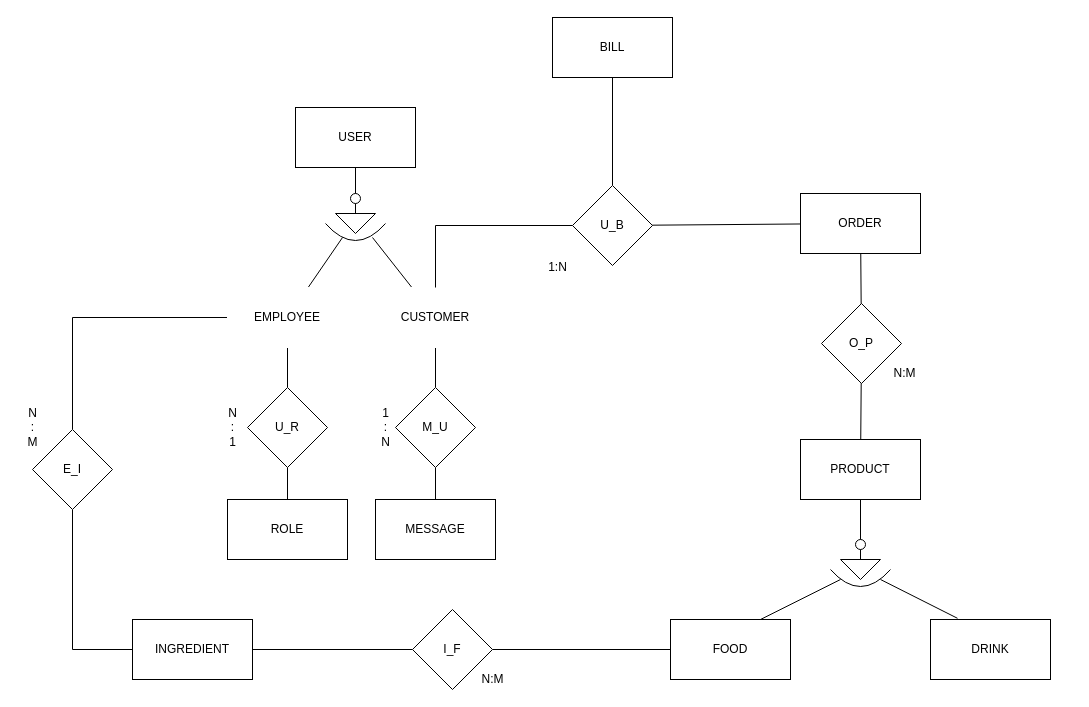
Above: scom-rest-erm.drawio in Alvaro-IHC/SCom-rest (draw.io), before the change. Source tidied: cells renumbered, new cells numbered last; positions are measured from the earlier drawing's top-left corner, leaving out a move shared by most shapes. Both pictures are drawn from the tidied source at 100%, with x=0, y=0 at pixel (17, 17).
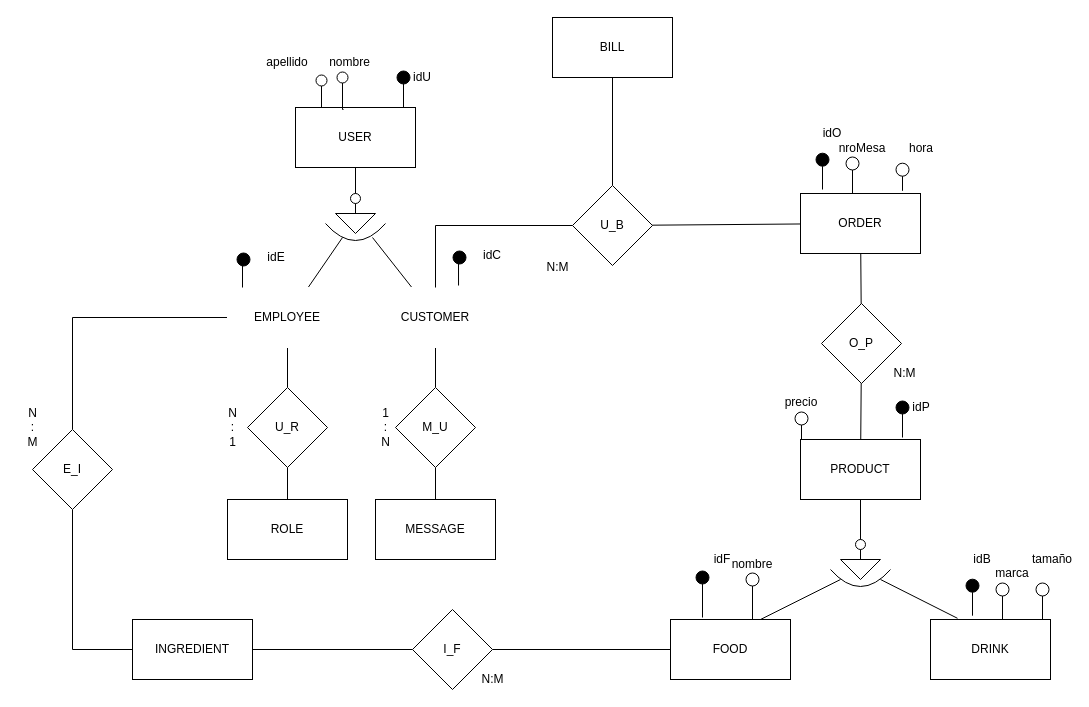
The same diagram, later.

Unchanged cells that the change refers to:
```xml
<mxCell id="2" value="USER" style="rounded=0;whiteSpace=wrap;html=1;" parent="1" vertex="1">
  <mxGeometry x="278" y="90" width="120" height="60" as="geometry" />
</mxCell>
<mxCell id="44" value="CUSTOMER" style="whiteSpace=wrap;html=1;shadow=0;strokeColor=#FFFFFF;" parent="1" vertex="1">
  <mxGeometry x="358" y="270" width="120" height="60" as="geometry" />
</mxCell>
```

What changed in the source:
```diff
@@
-    <mxCell id="30" value="1:N" style="text;html=1;align=center;verticalAlign=middle;strokeColor=none;fillColor=none;" parent="1" vertex="1">
-      <mxGeometry x="525" y="240" width="30" height="20" as="geometry" />
+    <mxCell id="30" value="N:M" style="text;html=1;align=center;verticalAlign=middle;strokeColor=none;fillColor=none;" parent="1" vertex="1">
+      <mxGeometry x="520" y="240" width="40" height="20" as="geometry" />
     </mxCell>
@@
+    <mxCell id="54" style="endArrow=oval;html=1;endSize=13;endFill=0;" parent="1" edge="1">
+      <mxGeometry relative="1" as="geometry">
+        <mxPoint x="985" y="602" as="sourcePoint" />
+        <mxPoint x="985" y="572" as="targetPoint" />
+      </mxGeometry>
+    </mxCell>
+    <mxCell id="55" style="edgeStyle=orthogonalEdgeStyle;rounded=0;orthogonalLoop=1;jettySize=auto;html=1;endSize=13;endArrow=oval;endFill=1;strokeWidth=1;" parent="1" edge="1">
+      <mxGeometry relative="1" as="geometry">
+        <mxPoint x="955" y="598.2" as="sourcePoint" />
+        <mxPoint x="955" y="568.2" as="targetPoint" />
+      </mxGeometry>
+    </mxCell>
+    <mxCell id="56" value="idB" style="text;html=1;strokeColor=none;fillColor=none;align=center;verticalAlign=middle;whiteSpace=wrap;rounded=0;" parent="1" vertex="1">
+      <mxGeometry x="945" y="532" width="40" height="20" as="geometry" />
+    </mxCell>
+    <mxCell id="57" value="marca" style="text;html=1;strokeColor=none;fillColor=none;align=center;verticalAlign=middle;whiteSpace=wrap;rounded=0;" parent="1" vertex="1">
+      <mxGeometry x="975" y="545.8" width="40" height="20" as="geometry" />
+    </mxCell>
+    <mxCell id="58" value="precio" style="text;html=1;strokeColor=none;fillColor=none;align=center;verticalAlign=middle;whiteSpace=wrap;rounded=0;" parent="1" vertex="1">
+      <mxGeometry x="764" y="374.7" width="40" height="20" as="geometry" />
+    </mxCell>
+    <mxCell id="59" style="endArrow=oval;html=1;endSize=13;endFill=0;exitX=0.833;exitY=-0.062;exitDx=0;exitDy=0;exitPerimeter=0;" parent="1" edge="1">
+      <mxGeometry relative="1" as="geometry">
+        <mxPoint x="784" y="422" as="sourcePoint" />
+        <mxPoint x="784" y="401" as="targetPoint" />
+      </mxGeometry>
+    </mxCell>
+    <mxCell id="60" style="edgeStyle=orthogonalEdgeStyle;rounded=0;orthogonalLoop=1;jettySize=auto;html=1;endSize=13;endArrow=oval;endFill=1;strokeWidth=1;" parent="1" edge="1">
+      <mxGeometry relative="1" as="geometry">
+        <mxPoint x="885" y="420" as="sourcePoint" />
+        <mxPoint x="885" y="390" as="targetPoint" />
+      </mxGeometry>
+    </mxCell>
+    <mxCell id="61" style="edgeStyle=orthogonalEdgeStyle;rounded=0;orthogonalLoop=1;jettySize=auto;html=1;endSize=13;endArrow=oval;endFill=1;strokeWidth=1;" parent="1" edge="1">
+      <mxGeometry relative="1" as="geometry">
+        <mxPoint x="685" y="600" as="sourcePoint" />
+        <mxPoint x="685" y="560" as="targetPoint" />
+      </mxGeometry>
+    </mxCell>
+    <mxCell id="62" value="idP" style="text;html=1;strokeColor=none;fillColor=none;align=center;verticalAlign=middle;whiteSpace=wrap;rounded=0;" parent="1" vertex="1">
+      <mxGeometry x="884" y="380" width="40" height="20" as="geometry" />
+    </mxCell>
+    <mxCell id="63" value="idF" style="text;html=1;strokeColor=none;fillColor=none;align=center;verticalAlign=middle;whiteSpace=wrap;rounded=0;" parent="1" vertex="1">
+      <mxGeometry x="685" y="532" width="40" height="20" as="geometry" />
+    </mxCell>
+    <mxCell id="64" style="endArrow=oval;html=1;endSize=13;endFill=0;" parent="1" edge="1">
+      <mxGeometry relative="1" as="geometry">
+        <mxPoint x="735" y="602" as="sourcePoint" />
+        <mxPoint x="735" y="562" as="targetPoint" />
+      </mxGeometry>
+    </mxCell>
+    <mxCell id="65" value="nombre" style="text;html=1;strokeColor=none;fillColor=none;align=center;verticalAlign=middle;whiteSpace=wrap;rounded=0;" parent="1" vertex="1">
+      <mxGeometry x="715" y="537" width="40" height="20" as="geometry" />
+    </mxCell>
+    <mxCell id="66" style="edgeStyle=orthogonalEdgeStyle;rounded=0;orthogonalLoop=1;jettySize=auto;html=1;startArrow=none;startFill=0;endArrow=oval;endFill=0;endSize=11;sourcePerimeterSpacing=9;" parent="1" edge="1">
+      <mxGeometry relative="1" as="geometry">
+        <mxPoint x="304" y="90" as="sourcePoint" />
+        <mxPoint x="304" y="63" as="targetPoint" />
+      </mxGeometry>
+    </mxCell>
+    <mxCell id="67" value="apellido" style="text;html=1;strokeColor=none;fillColor=none;align=center;verticalAlign=middle;whiteSpace=wrap;rounded=0;" parent="1" vertex="1">
+      <mxGeometry x="250" y="34.5" width="40" height="20" as="geometry" />
+    </mxCell>
+    <mxCell id="68" value="nombre" style="text;html=1;strokeColor=none;fillColor=none;align=center;verticalAlign=middle;whiteSpace=wrap;rounded=0;" parent="1" vertex="1">
+      <mxGeometry x="310" y="34.5" width="45.1" height="20" as="geometry" />
+    </mxCell>
+    <mxCell id="69" style="edgeStyle=orthogonalEdgeStyle;rounded=0;jettySize=auto;html=1;startArrow=none;startFill=0;endArrow=oval;endFill=0;endSize=11;sourcePerimeterSpacing=9;exitX=0.4;exitY=0.033;exitDx=0;exitDy=0;exitPerimeter=0;" parent="1" edge="1" source="2">
+      <mxGeometry relative="1" as="geometry">
+        <mxPoint x="325" y="60" as="targetPoint" />
+      </mxGeometry>
+    </mxCell>
+    <mxCell id="70" style="edgeStyle=orthogonalEdgeStyle;rounded=0;orthogonalLoop=1;jettySize=auto;html=1;endSize=13;endArrow=oval;endFill=1;strokeWidth=1;" parent="1" edge="1">
+      <mxGeometry relative="1" as="geometry">
+        <mxPoint x="386" y="90" as="sourcePoint" />
+        <mxPoint x="386" y="60" as="targetPoint" />
+      </mxGeometry>
+    </mxCell>
+    <mxCell id="71" value="idU&lt;br&gt;" style="text;html=1;strokeColor=none;fillColor=none;align=center;verticalAlign=middle;whiteSpace=wrap;rounded=0;" parent="1" vertex="1">
+      <mxGeometry x="385" y="50" width="40" height="20" as="geometry" />
+    </mxCell>
+    <mxCell id="72" value="idC" style="text;html=1;strokeColor=none;fillColor=none;align=center;verticalAlign=middle;whiteSpace=wrap;rounded=0;" parent="1" vertex="1">
+      <mxGeometry x="455" y="228" width="40" height="20" as="geometry" />
+    </mxCell>
+    <mxCell id="73" style="edgeStyle=orthogonalEdgeStyle;rounded=0;jettySize=auto;html=1;endSize=13;endArrow=oval;endFill=1;strokeWidth=1;exitX=0.692;exitY=-0.033;exitDx=0;exitDy=0;exitPerimeter=0;" parent="1" edge="1" source="44">
+      <mxGeometry relative="1" as="geometry">
+        <mxPoint x="442" y="240" as="targetPoint" />
+        <Array as="points">
+          <mxPoint x="441" y="240" />
+          <mxPoint x="442" y="240" />
+        </Array>
+      </mxGeometry>
+    </mxCell>
+    <mxCell id="74" value="idE" style="text;html=1;strokeColor=none;fillColor=none;align=center;verticalAlign=middle;whiteSpace=wrap;rounded=0;" parent="1" vertex="1">
+      <mxGeometry x="239" y="230" width="40" height="20" as="geometry" />
+    </mxCell>
+    <mxCell id="75" style="edgeStyle=orthogonalEdgeStyle;rounded=0;orthogonalLoop=1;jettySize=auto;html=1;endSize=13;endArrow=oval;endFill=1;strokeWidth=1;exitX=0.692;exitY=-0.033;exitDx=0;exitDy=0;exitPerimeter=0;" parent="1" edge="1">
+      <mxGeometry relative="1" as="geometry">
+        <mxPoint x="225" y="270" as="sourcePoint" />
+        <mxPoint x="226" y="242" as="targetPoint" />
+        <Array as="points">
+          <mxPoint x="225" y="242" />
+          <mxPoint x="226" y="242" />
+        </Array>
+      </mxGeometry>
+    </mxCell>
+    <mxCell id="76" value="nroMesa" style="text;html=1;strokeColor=none;fillColor=none;align=center;verticalAlign=middle;whiteSpace=wrap;rounded=0;" parent="1" vertex="1">
+      <mxGeometry x="825" y="121" width="40" height="20" as="geometry" />
+    </mxCell>
+    <mxCell id="77" value="hora" style="text;html=1;strokeColor=none;fillColor=none;align=center;verticalAlign=middle;whiteSpace=wrap;rounded=0;" parent="1" vertex="1">
+      <mxGeometry x="884" y="121" width="40" height="20" as="geometry" />
+    </mxCell>
+    <mxCell id="78" style="endArrow=oval;html=1;endSize=13;endFill=0;" parent="1" edge="1">
+      <mxGeometry relative="1" as="geometry">
+        <mxPoint x="835" y="176" as="sourcePoint" />
+        <mxPoint x="835" y="146" as="targetPoint" />
+      </mxGeometry>
+    </mxCell>
+    <mxCell id="79" style="edgeStyle=orthogonalEdgeStyle;rounded=0;orthogonalLoop=1;jettySize=auto;html=1;endSize=13;endArrow=oval;endFill=1;strokeWidth=1;" parent="1" edge="1">
+      <mxGeometry relative="1" as="geometry">
+        <mxPoint x="805" y="172" as="sourcePoint" />
+        <mxPoint x="805" y="142.2" as="targetPoint" />
+      </mxGeometry>
+    </mxCell>
+    <mxCell id="80" value="idO" style="text;html=1;strokeColor=none;fillColor=none;align=center;verticalAlign=middle;whiteSpace=wrap;rounded=0;" parent="1" vertex="1">
+      <mxGeometry x="795" y="106" width="40" height="20" as="geometry" />
+    </mxCell>
+    <mxCell id="81" style="endArrow=oval;html=1;endSize=13;endFill=0;exitX=0.833;exitY=-0.062;exitDx=0;exitDy=0;exitPerimeter=0;" parent="1" edge="1">
+      <mxGeometry relative="1" as="geometry">
+        <mxPoint x="885" y="173.3" as="sourcePoint" />
+        <mxPoint x="885" y="152.2" as="targetPoint" />
+      </mxGeometry>
+    </mxCell>
+    <mxCell id="82" style="endArrow=oval;html=1;endSize=13;endFill=0;" parent="1" edge="1">
+      <mxGeometry relative="1" as="geometry">
+        <mxPoint x="1025" y="602" as="sourcePoint" />
+        <mxPoint x="1025" y="572" as="targetPoint" />
+      </mxGeometry>
+    </mxCell>
+    <mxCell id="83" value="tamaño" style="text;html=1;strokeColor=none;fillColor=none;align=center;verticalAlign=middle;whiteSpace=wrap;rounded=0;" parent="1" vertex="1">
+      <mxGeometry x="1015" y="532" width="40" height="20" as="geometry" />
+    </mxCell>
```
